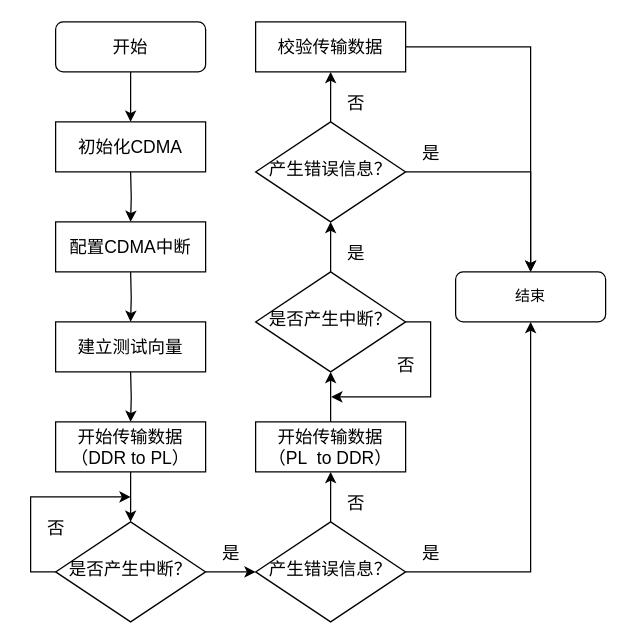
This is API测试流程图.drawio from 433Diana/ZYCL, a draw.io file, before an edit. Source tidied: cells renumbered, new cells numbered last; positions are measured from the earlier drawing's top-left corner, leaving out a move shared by most shapes. Both pictures are drawn from the tidied source at 125%, with x=0, y=0 at pixel (30, 21).
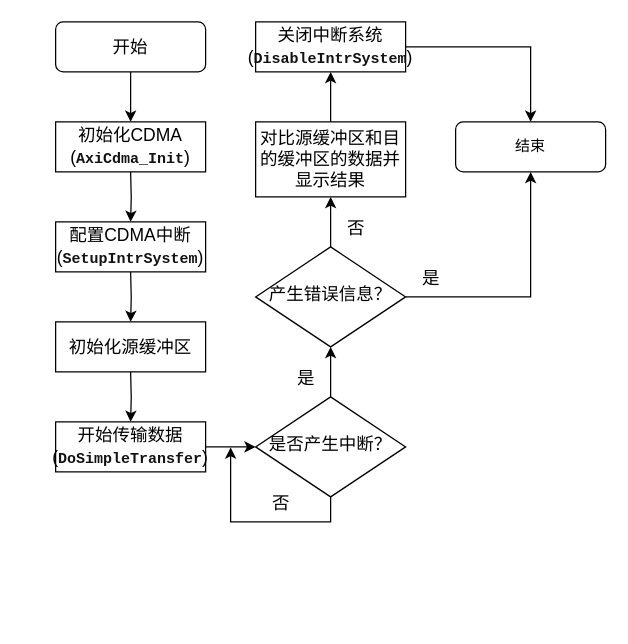
After the change.

Commit message:
更新API测试流程图

Diff of the diagram source:
```diff
@@
-    <mxCell id="3" style="edgeStyle=orthogonalEdgeStyle;rounded=0;jettySize=auto;html=1;exitX=0;exitY=0.5;exitDx=0;exitDy=0;" parent="1" edge="1" source="5">
-      <mxGeometry relative="1" as="geometry">
-        <mxPoint x="80" y="380" as="targetPoint" />
-        <Array as="points">
-          <mxPoint y="440" />
-          <mxPoint y="380" />
-        </Array>
-      </mxGeometry>
-    </mxCell>
-    <mxCell id="4" style="edgeStyle=orthogonalEdgeStyle;rounded=0;jettySize=auto;html=1;exitX=1;exitY=0.5;exitDx=0;exitDy=0;entryX=0;entryY=0.5;entryDx=0;entryDy=0;" parent="1" edge="1" source="5" target="10">
+    <mxCell id="4" style="edgeStyle=orthogonalEdgeStyle;rounded=0;jettySize=auto;html=1;" parent="1" edge="1" source="5" target="10">
       <mxGeometry relative="1" as="geometry" />
     </mxCell>
+    <mxCell id="37" style="edgeStyle=orthogonalEdgeStyle;rounded=0;jettySize=auto;html=1;exitX=0.5;exitY=1;exitDx=0;exitDy=0;" parent="1" edge="1" source="5">
+      <mxGeometry relative="1" as="geometry">
+        <mxPoint x="160" y="340" as="targetPoint" />
+      </mxGeometry>
+    </mxCell>
     <mxCell id="5" value="&lt;font style=&quot;font-size: 14px;&quot;&gt;是否产生中断？&lt;/font&gt;" style="rhombus;whiteSpace=wrap;html=1;shadow=0;fontFamily=Helvetica;fontSize=12;align=center;strokeWidth=1;spacing=6;spacingTop=-4;" parent="1" vertex="1">
-      <mxGeometry x="20" y="400" width="120" height="80" as="geometry" />
+      <mxGeometry x="180" y="300" width="120" height="80" as="geometry" />
     </mxCell>
@@
+    <mxCell id="38" style="edgeStyle=orthogonalEdgeStyle;rounded=0;jettySize=auto;html=1;" parent="1" edge="1" source="10" target="42">
+      <mxGeometry relative="1" as="geometry" />
+    </mxCell>
-    <mxCell id="8" style="edgeStyle=orthogonalEdgeStyle;rounded=0;jettySize=auto;html=1;" parent="1" edge="1" source="10" target="18">
+    <mxCell id="8" style="edgeStyle=orthogonalEdgeStyle;rounded=0;jettySize=auto;html=1;exitX=1;exitY=0.5;exitDx=0;exitDy=0;entryX=0.5;entryY=1;entryDx=0;entryDy=0;" parent="1" edge="1" source="10" target="18">
       <mxGeometry relative="1" as="geometry" />
     </mxCell>
-    <mxCell id="9" style="edgeStyle=orthogonalEdgeStyle;rounded=0;jettySize=auto;html=1;" parent="1" edge="1" source="10" target="20">
-      <mxGeometry relative="1" as="geometry" />
-    </mxCell>
     <mxCell id="10" value="&lt;font style=&quot;font-size: 14px;&quot;&gt;产生错误信息？&lt;/font&gt;" style="rhombus;whiteSpace=wrap;html=1;shadow=0;fontFamily=Helvetica;fontSize=12;align=center;strokeWidth=1;spacing=6;spacingTop=-4;" parent="1" vertex="1">
-      <mxGeometry x="180" y="400" width="120" height="80" as="geometry" />
+      <mxGeometry x="180" y="180" width="120" height="80" as="geometry" />
     </mxCell>
-    <mxCell id="11" value="&lt;font style=&quot;font-size: 14px;&quot;&gt;配置CDMA中断&lt;/font&gt;" style="rounded=0;whiteSpace=wrap;html=1;" parent="1" vertex="1">
+    <mxCell id="11" value="&lt;font style=&quot;font-size: 14px;&quot;&gt;配置CDMA中断&lt;/font&gt;&lt;div style=&quot;&quot;&gt;&lt;font style=&quot;font-size: 14px;&quot;&gt;(&lt;/font&gt;&lt;span style=&quot;background-color: initial; font-family: Consolas; color: rgb(18, 18, 18); font-weight: bold;&quot;&gt;S&lt;/span&gt;&lt;span style=&quot;background-color: initial; font-family: Consolas; color: rgb(18, 18, 18); font-weight: bold;&quot;&gt;etupIntrSystem&lt;/span&gt;&lt;span style=&quot;font-size: 14px; background-color: initial;&quot;&gt;)&lt;/span&gt;&lt;/div&gt;" style="rounded=0;whiteSpace=wrap;html=1;" parent="1" vertex="1">
       <mxGeometry x="20" y="160" width="120" height="40" as="geometry" />
     </mxCell>
-    <mxCell id="12" value="&lt;font style=&quot;font-size: 14px;&quot;&gt;初始化CDMA&lt;/font&gt;" style="rounded=0;whiteSpace=wrap;html=1;" parent="1" vertex="1">
+    <mxCell id="12" value="&lt;font style=&quot;font-size: 14px;&quot;&gt;初始化CDMA&lt;/font&gt;&lt;div&gt;&lt;span style=&quot;font-size: 14px;&quot;&gt;(&lt;/span&gt;&lt;span style=&quot;color: rgb(18, 18, 18); font-family: Consolas; font-weight: bold; background-color: initial;&quot;&gt;&lt;font style=&quot;font-size: 12px;&quot;&gt;AxiCdma_Init&lt;/font&gt;&lt;/span&gt;&lt;span style=&quot;font-size: 14px; background-color: initial;&quot;&gt;)&lt;/span&gt;&lt;/div&gt;" style="rounded=0;whiteSpace=wrap;html=1;" parent="1" vertex="1">
       <mxGeometry x="20" y="80" width="120" height="40" as="geometry" />
     </mxCell>
@@
-    <mxCell id="15" value="&lt;font style=&quot;font-size: 14px;&quot;&gt;建立测试向量&lt;/font&gt;" style="rounded=0;whiteSpace=wrap;html=1;" parent="1" vertex="1">
+    <mxCell id="15" value="&lt;font style=&quot;font-size: 14px;&quot;&gt;初始化源缓冲区&lt;/font&gt;" style="rounded=0;whiteSpace=wrap;html=1;" parent="1" vertex="1">
       <mxGeometry x="20" y="240" width="120" height="40" as="geometry" />
     </mxCell>
-    <mxCell id="16" style="edgeStyle=orthogonalEdgeStyle;rounded=0;jettySize=auto;html=1;exitX=0.5;exitY=1;exitDx=0;exitDy=0;entryX=0.5;entryY=0;entryDx=0;entryDy=0;" parent="1" edge="1" source="17" target="5">
+    <mxCell id="16" style="edgeStyle=orthogonalEdgeStyle;rounded=0;jettySize=auto;html=1;" parent="1" edge="1" source="17" target="5">
       <mxGeometry relative="1" as="geometry" />
     </mxCell>
-    <mxCell id="17" value="&lt;font style=&quot;font-size: 14px;&quot;&gt;开始传输数据（DDR to PL）&lt;/font&gt;" style="rounded=0;whiteSpace=wrap;html=1;" parent="1" vertex="1">
+    <mxCell id="17" value="&lt;font style=&quot;font-size: 14px;&quot;&gt;开始传输数据&lt;/font&gt;&lt;div&gt;&lt;font style=&quot;font-size: 14px;&quot;&gt;(&lt;/font&gt;&lt;span style=&quot;color: rgb(18, 18, 18); font-family: Consolas; font-weight: bold; background-color: initial;&quot;&gt;&lt;font style=&quot;font-size: 12px;&quot;&gt;DoSimpleTransfer&lt;/font&gt;&lt;/span&gt;&lt;span style=&quot;font-size: 14px; background-color: initial;&quot;&gt;)&lt;/span&gt;&lt;/div&gt;" style="rounded=0;whiteSpace=wrap;html=1;" parent="1" vertex="1">
       <mxGeometry x="20" y="320" width="120" height="40" as="geometry" />
     </mxCell>
     <mxCell id="18" value="结束" style="rounded=1;whiteSpace=wrap;html=1;fontSize=12;glass=0;strokeWidth=1;shadow=0;" parent="1" vertex="1">
-      <mxGeometry x="340" y="200" width="120" height="40" as="geometry" />
+      <mxGeometry x="340" y="80" width="120" height="40" as="geometry" />
     </mxCell>
-    <mxCell id="19" style="edgeStyle=orthogonalEdgeStyle;rounded=0;jettySize=auto;html=1;" parent="1" edge="1" source="20" target="23">
-      <mxGeometry relative="1" as="geometry" />
-    </mxCell>
-    <mxCell id="20" value="&lt;font style=&quot;font-size: 14px;&quot;&gt;开始传输数据（PL&amp;nbsp; to DDR）&lt;/font&gt;" style="rounded=0;whiteSpace=wrap;html=1;" parent="1" vertex="1">
-      <mxGeometry x="180" y="320" width="120" height="40" as="geometry" />
-    </mxCell>
-    <mxCell id="21" style="edgeStyle=orthogonalEdgeStyle;rounded=0;jettySize=auto;html=1;exitX=1;exitY=0.5;exitDx=0;exitDy=0;" parent="1" edge="1" source="23">
-      <mxGeometry relative="1" as="geometry">
-        <mxPoint x="240" y="300" as="targetPoint" />
-      </mxGeometry>
-    </mxCell>
-    <mxCell id="22" style="edgeStyle=orthogonalEdgeStyle;rounded=0;jettySize=auto;html=1;" parent="1" edge="1" source="23" target="26">
-      <mxGeometry relative="1" as="geometry" />
-    </mxCell>
-    <mxCell id="23" value="&lt;font style=&quot;font-size: 14px;&quot;&gt;是否产生中断？&lt;/font&gt;" style="rhombus;whiteSpace=wrap;html=1;shadow=0;fontFamily=Helvetica;fontSize=12;align=center;strokeWidth=1;spacing=6;spacingTop=-4;" parent="1" vertex="1">
-      <mxGeometry x="180" y="200" width="120" height="80" as="geometry" />
-    </mxCell>
-    <mxCell id="24" style="edgeStyle=orthogonalEdgeStyle;rounded=0;jettySize=auto;html=1;" parent="1" edge="1" source="26" target="18">
-      <mxGeometry relative="1" as="geometry" />
-    </mxCell>
-    <mxCell id="25" style="edgeStyle=orthogonalEdgeStyle;rounded=0;jettySize=auto;html=1;" parent="1" edge="1" source="26" target="28">
-      <mxGeometry relative="1" as="geometry" />
-    </mxCell>
-    <mxCell id="26" value="&lt;font style=&quot;font-size: 14px;&quot;&gt;产生错误信息？&lt;/font&gt;" style="rhombus;whiteSpace=wrap;html=1;shadow=0;fontFamily=Helvetica;fontSize=12;align=center;strokeWidth=1;spacing=6;spacingTop=-4;" parent="1" vertex="1">
-      <mxGeometry x="180" y="80" width="120" height="80" as="geometry" />
-    </mxCell>
-    <mxCell id="27" style="edgeStyle=orthogonalEdgeStyle;rounded=0;jettySize=auto;html=1;" parent="1" edge="1" source="28" target="18">
-      <mxGeometry relative="1" as="geometry" />
-    </mxCell>
-    <mxCell id="28" value="&lt;span style=&quot;font-size: 14px;&quot;&gt;校验传输数据&lt;/span&gt;" style="rounded=0;whiteSpace=wrap;html=1;" parent="1" vertex="1">
-      <mxGeometry x="180" width="120" height="40" as="geometry" />
-    </mxCell>
-    <mxCell id="29" value="&lt;font style=&quot;font-size: 14px;&quot;&gt;是&lt;/font&gt;" style="text;html=1;align=center;verticalAlign=middle;strokeColor=none;fillColor=none;" parent="1" vertex="1">
-      <mxGeometry x="140" y="410" width="40" height="30" as="geometry" />
-    </mxCell>
-    <mxCell id="30" value="&lt;font style=&quot;font-size: 14px;&quot;&gt;否&lt;/font&gt;" style="text;html=1;align=center;verticalAlign=middle;strokeColor=none;fillColor=none;" parent="1" vertex="1">
-      <mxGeometry y="390" width="40" height="30" as="geometry" />
-    </mxCell>
     <mxCell id="31" value="&lt;font style=&quot;font-size: 14px;&quot;&gt;是&lt;/font&gt;" style="text;html=1;align=center;verticalAlign=middle;strokeColor=none;fillColor=none;" parent="1" vertex="1">
-      <mxGeometry x="300" y="410" width="40" height="30" as="geometry" />
+      <mxGeometry x="200" y="270" width="40" height="30" as="geometry" />
     </mxCell>
-    <mxCell id="32" value="&lt;font style=&quot;font-size: 14px;&quot;&gt;否&lt;/font&gt;" style="text;html=1;align=center;verticalAlign=middle;strokeColor=none;fillColor=none;" parent="1" vertex="1">
-      <mxGeometry x="240" y="370" width="40" height="30" as="geometry" />
-    </mxCell>
-    <mxCell id="33" value="&lt;font style=&quot;font-size: 14px;&quot;&gt;是&lt;/font&gt;" style="text;html=1;align=center;verticalAlign=middle;strokeColor=none;fillColor=none;" parent="1" vertex="1">
-      <mxGeometry x="240" y="170" width="40" height="30" as="geometry" />
-    </mxCell>
-    <mxCell id="34" value="&lt;font style=&quot;font-size: 14px;&quot;&gt;否&lt;/font&gt;" style="text;html=1;align=center;verticalAlign=middle;strokeColor=none;fillColor=none;" parent="1" vertex="1">
-      <mxGeometry x="280" y="260" width="40" height="30" as="geometry" />
-    </mxCell>
-    <mxCell id="35" value="&lt;font style=&quot;font-size: 14px;&quot;&gt;是&lt;/font&gt;" style="text;html=1;align=center;verticalAlign=middle;strokeColor=none;fillColor=none;" parent="1" vertex="1">
-      <mxGeometry x="300" y="90" width="40" height="30" as="geometry" />
-    </mxCell>
-    <mxCell id="36" value="&lt;font style=&quot;font-size: 14px;&quot;&gt;否&lt;/font&gt;" style="text;html=1;align=center;verticalAlign=middle;strokeColor=none;fillColor=none;" parent="1" vertex="1">
-      <mxGeometry x="240" y="50" width="40" height="30" as="geometry" />
-    </mxCell>
+    <mxCell id="39" value="&lt;font style=&quot;font-size: 14px;&quot;&gt;否&lt;/font&gt;" style="text;html=1;align=center;verticalAlign=middle;strokeColor=none;fillColor=none;" parent="1" vertex="1">
+      <mxGeometry x="180" y="370" width="40" height="30" as="geometry" />
+    </mxCell>
+    <mxCell id="40" value="&lt;font style=&quot;font-size: 14px;&quot;&gt;是&lt;/font&gt;" style="text;html=1;align=center;verticalAlign=middle;strokeColor=none;fillColor=none;" parent="1" vertex="1">
+      <mxGeometry x="300" y="190" width="40" height="30" as="geometry" />
+    </mxCell>
+    <mxCell id="41" style="edgeStyle=orthogonalEdgeStyle;rounded=0;jettySize=auto;html=1;" parent="1" edge="1" source="42" target="45">
+      <mxGeometry relative="1" as="geometry" />
+    </mxCell>
+    <mxCell id="42" value="&lt;font style=&quot;font-size: 14px;&quot;&gt;对比源缓冲区和目的缓冲区的数据并显示结果&lt;/font&gt;" style="rounded=0;whiteSpace=wrap;html=1;" parent="1" vertex="1">
+      <mxGeometry x="180" y="80" width="120" height="60" as="geometry" />
+    </mxCell>
+    <mxCell id="43" value="&lt;font style=&quot;font-size: 14px;&quot;&gt;否&lt;/font&gt;" style="text;html=1;align=center;verticalAlign=middle;strokeColor=none;fillColor=none;" parent="1" vertex="1">
+      <mxGeometry x="240" y="150" width="40" height="30" as="geometry" />
+    </mxCell>
+    <mxCell id="44" style="edgeStyle=orthogonalEdgeStyle;rounded=0;jettySize=auto;html=1;entryX=0.5;entryY=0;entryDx=0;entryDy=0;" parent="1" edge="1" source="45" target="18">
+      <mxGeometry relative="1" as="geometry" />
+    </mxCell>
+    <mxCell id="45" value="&lt;font style=&quot;font-size: 14px;&quot;&gt;关闭中断系统&lt;/font&gt;&lt;div&gt;&lt;font style=&quot;font-size: 14px;&quot;&gt;(&lt;/font&gt;&lt;span style=&quot;color: rgb(18, 18, 18); font-family: Consolas; font-weight: bold; background-color: initial;&quot;&gt;&lt;font style=&quot;font-size: 12px;&quot;&gt;DisableIntrSystem&lt;/font&gt;&lt;/span&gt;&lt;span style=&quot;font-size: 14px; background-color: initial;&quot;&gt;)&lt;/span&gt;&lt;/div&gt;" style="rounded=0;whiteSpace=wrap;html=1;" parent="1" vertex="1">
+      <mxGeometry x="180" width="120" height="40" as="geometry" />
+    </mxCell>
```
